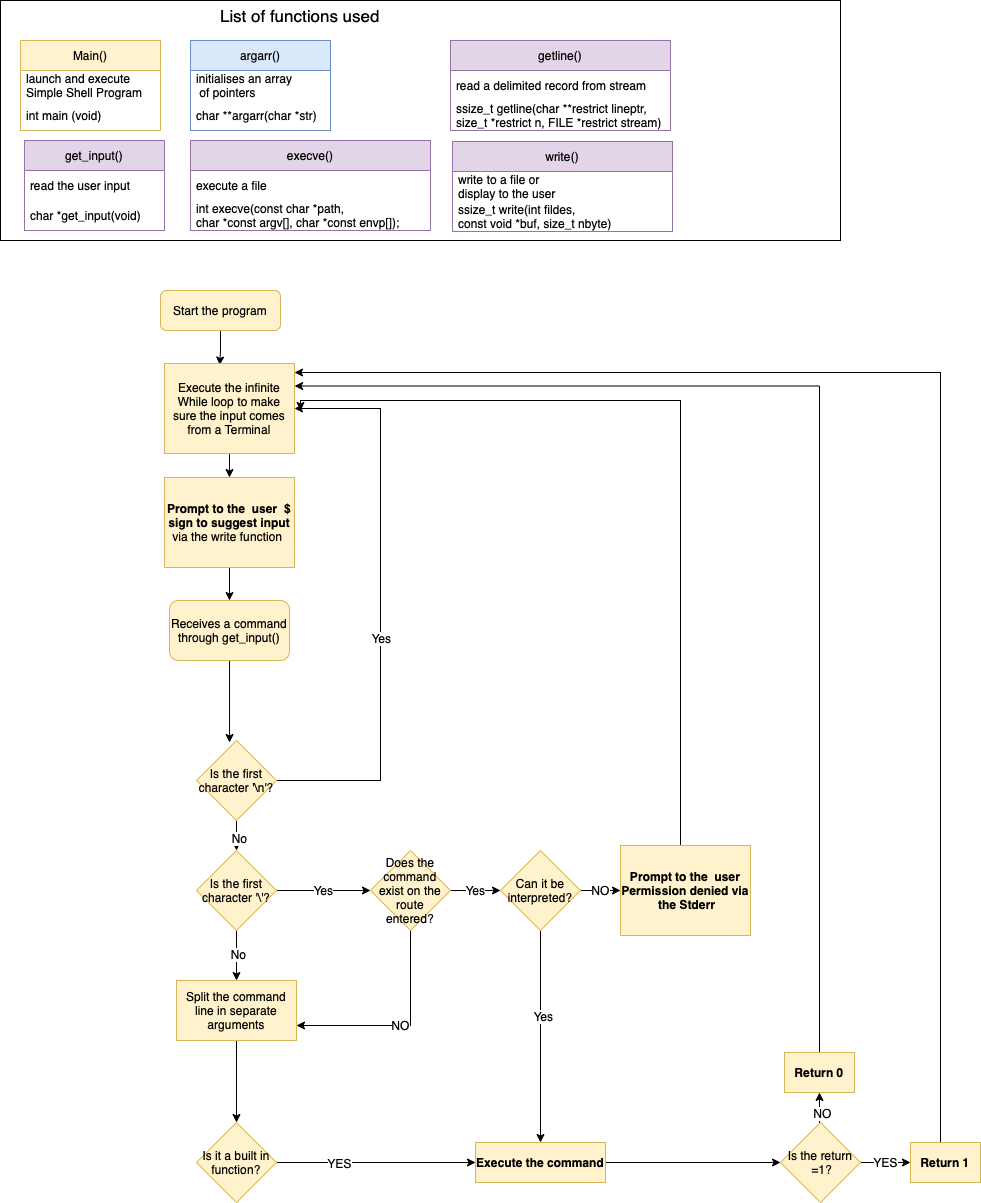
This is Simple_shell.drawio.png from RainInApril/holbertonschool-simple_shell, a draw.io export, as it was before one commit. Source tidied: cells renumbered, new cells last; positions are measured from the earlier drawing's top-left corner, leaving out a move shared by most shapes.
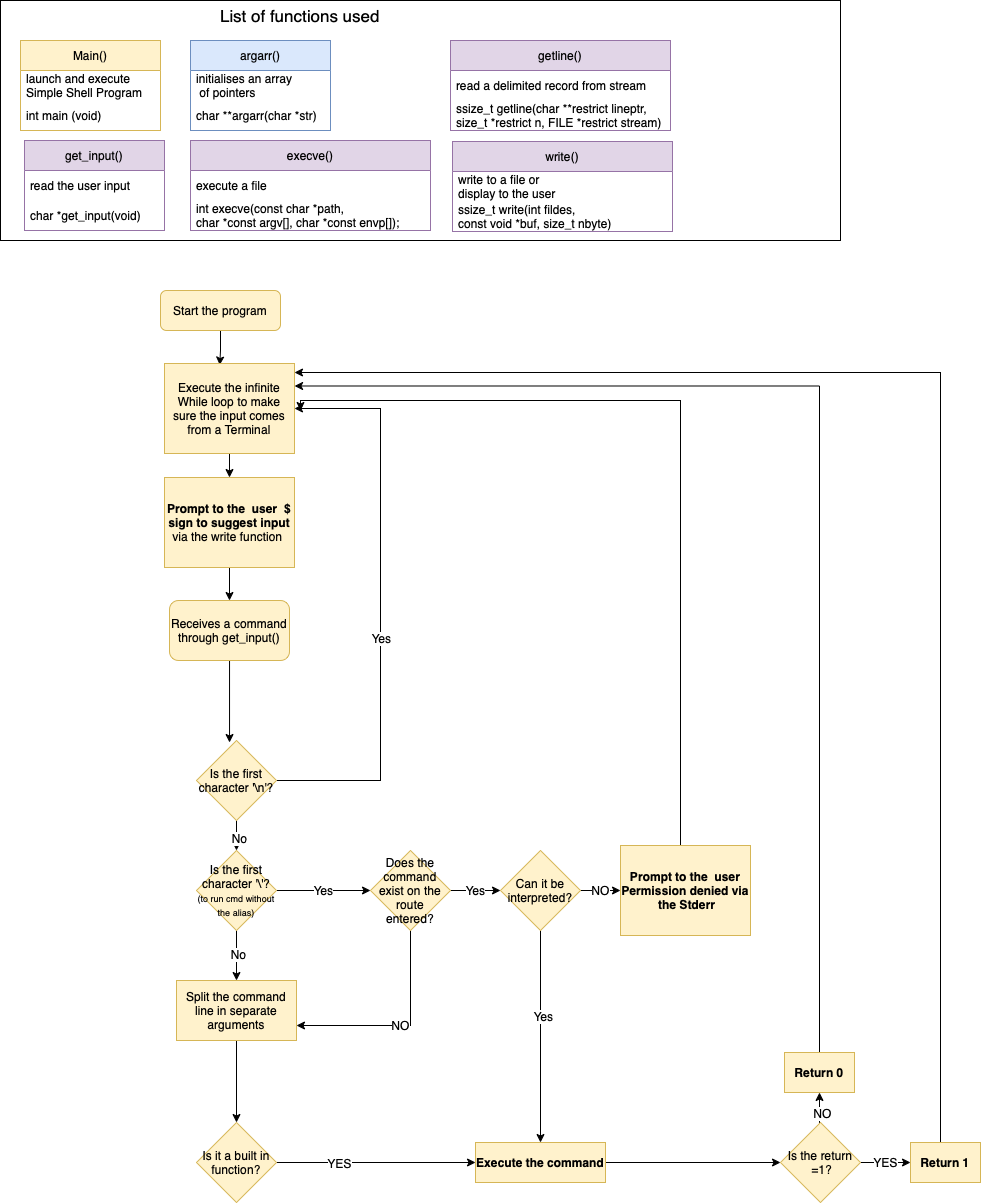
After the commit.

The edit, as a diff of the source:
```diff
@@ -115,7 +115,7 @@
     <mxCell id="37" value="No" style="edgeLabel;html=1;align=center;verticalAlign=middle;fontSize=12;fontFamily=Helvetica;" parent="36" vertex="1">
       <mxGeometry x="-0.08" y="1" relative="1" as="geometry" />
     </mxCell>
-    <mxCell id="38" value="Is the first character '\'?" style="rhombus;whiteSpace=wrap;html=1;fontFamily=Helvetica;fontSize=12;fillColor=#fff2cc;strokeColor=#d6b656;" parent="1" vertex="1">
+    <mxCell id="38" value="Is the first character '\'?&lt;br&gt;&lt;font style=&quot;font-size: 9px;&quot;&gt;(to run cmd without the alias)&lt;/font&gt;" style="rhombus;whiteSpace=wrap;html=1;fontFamily=Helvetica;fontSize=12;fillColor=#fff2cc;strokeColor=#d6b656;" parent="1" vertex="1">
       <mxGeometry x="196" y="850" width="80" height="80" as="geometry" />
     </mxCell>
     <mxCell id="39" value="Yes" style="edgeStyle=orthogonalEdgeStyle;rounded=0;jettySize=auto;html=1;fontFamily=Helvetica;fontSize=12;" parent="1" edge="1" source="41" target="47">
```
